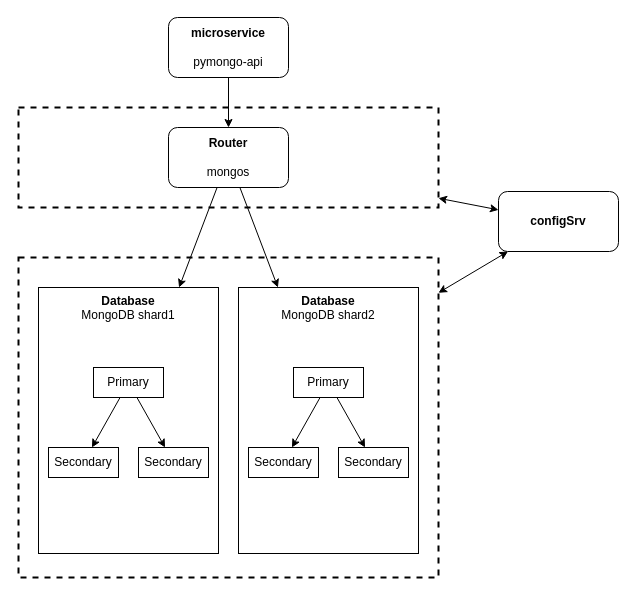
This is schemas/v2-task1.drawio from foxy-gal/architecture-black_friday, a draw.io file, before an edit. Source tidied: cells renumbered, new cells numbered last; positions are measured from the earlier drawing's top-left corner, leaving out a move shared by most shapes. Both pictures are drawn from the tidied source at 100%, with x=0, y=0 at pixel (18, 17).
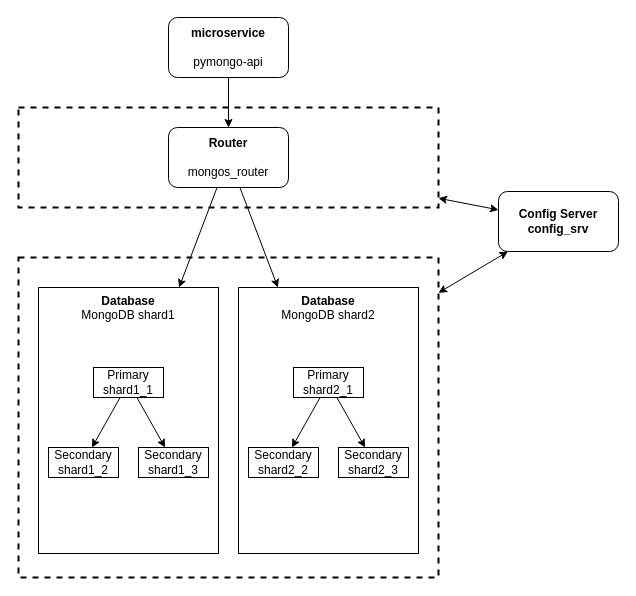
Above is the later version.

Diff of the diagram source:
```diff
@@
-    <mxCell id="4" value="&lt;b&gt;Router&lt;/b&gt;&lt;div&gt;&lt;br&gt;&lt;/div&gt;&lt;div&gt;mongos&lt;/div&gt;" style="rounded=1;whiteSpace=wrap;html=1;" parent="1" vertex="1">
+    <mxCell id="4" value="&lt;b&gt;Router&lt;/b&gt;&lt;div&gt;&lt;br&gt;&lt;/div&gt;&lt;div&gt;mongos_router&lt;/div&gt;" style="rounded=1;whiteSpace=wrap;html=1;" parent="1" vertex="1">
       <mxGeometry x="150" y="110" width="120" height="60" as="geometry" />
     </mxCell>
@@
-    <mxCell id="9" value="&lt;b&gt;configSrv&lt;/b&gt;" style="rounded=1;whiteSpace=wrap;html=1;" parent="1" vertex="1">
+    <mxCell id="9" value="&lt;div&gt;&lt;b&gt;Config Server&lt;/b&gt;&lt;/div&gt;&lt;b&gt;config_srv&lt;/b&gt;" style="rounded=1;whiteSpace=wrap;html=1;" parent="1" vertex="1">
       <mxGeometry x="480" y="174" width="120" height="60" as="geometry" />
     </mxCell>
@@
-    <mxCell id="15" value="Primary" style="rounded=0;whiteSpace=wrap;html=1;" parent="1" vertex="1">
+    <mxCell id="15" value="Primary&lt;div&gt;shard1_1&lt;/div&gt;" style="rounded=0;whiteSpace=wrap;html=1;" parent="1" vertex="1">
       <mxGeometry x="75" y="350" width="70" height="30" as="geometry" />
     </mxCell>
-    <mxCell id="16" value="Secondary" style="rounded=0;whiteSpace=wrap;html=1;" parent="1" vertex="1">
+    <mxCell id="16" value="Secondary&lt;div&gt;shard1_2&lt;/div&gt;" style="rounded=0;whiteSpace=wrap;html=1;" parent="1" vertex="1">
       <mxGeometry x="30" y="430" width="70" height="30" as="geometry" />
     </mxCell>
-    <mxCell id="17" value="Secondary" style="rounded=0;whiteSpace=wrap;html=1;" parent="1" vertex="1">
+    <mxCell id="17" value="Secondary&lt;div&gt;shard1_3&lt;/div&gt;" style="rounded=0;whiteSpace=wrap;html=1;" parent="1" vertex="1">
       <mxGeometry x="120" y="430" width="70" height="30" as="geometry" />
     </mxCell>
@@
-    <mxCell id="19" value="Primary" style="rounded=0;whiteSpace=wrap;html=1;" parent="1" vertex="1">
+    <mxCell id="19" value="Primary&lt;div&gt;shard2_1&lt;/div&gt;" style="rounded=0;whiteSpace=wrap;html=1;" parent="1" vertex="1">
       <mxGeometry x="275" y="350" width="70" height="30" as="geometry" />
     </mxCell>
@@
-    <mxCell id="22" value="Secondary" style="rounded=0;whiteSpace=wrap;html=1;" parent="1" vertex="1">
+    <mxCell id="22" value="Secondary&lt;div&gt;shard2_2&lt;/div&gt;" style="rounded=0;whiteSpace=wrap;html=1;" parent="1" vertex="1">
       <mxGeometry x="230" y="430" width="70" height="30" as="geometry" />
     </mxCell>
-    <mxCell id="23" value="Secondary" style="rounded=0;whiteSpace=wrap;html=1;" parent="1" vertex="1">
+    <mxCell id="23" value="Secondary&lt;div&gt;shard2_3&lt;/div&gt;" style="rounded=0;whiteSpace=wrap;html=1;" parent="1" vertex="1">
       <mxGeometry x="320" y="430" width="70" height="30" as="geometry" />
     </mxCell>
```
